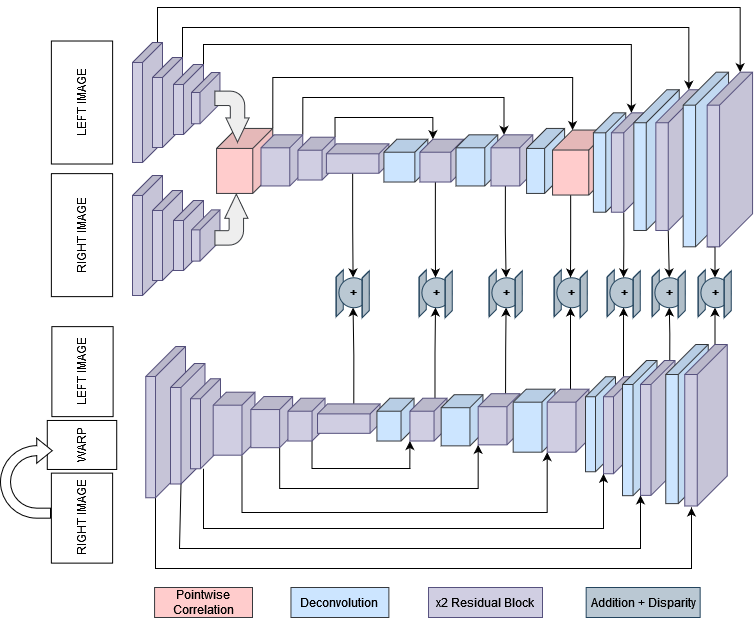
Earlier version of the draw.io export test.png (APVGITHUB/stereo-fpga). Source tidied: cells renumbered, new cells last; positions are measured from the earlier drawing's top-left corner, leaving out a move shared by most shapes.
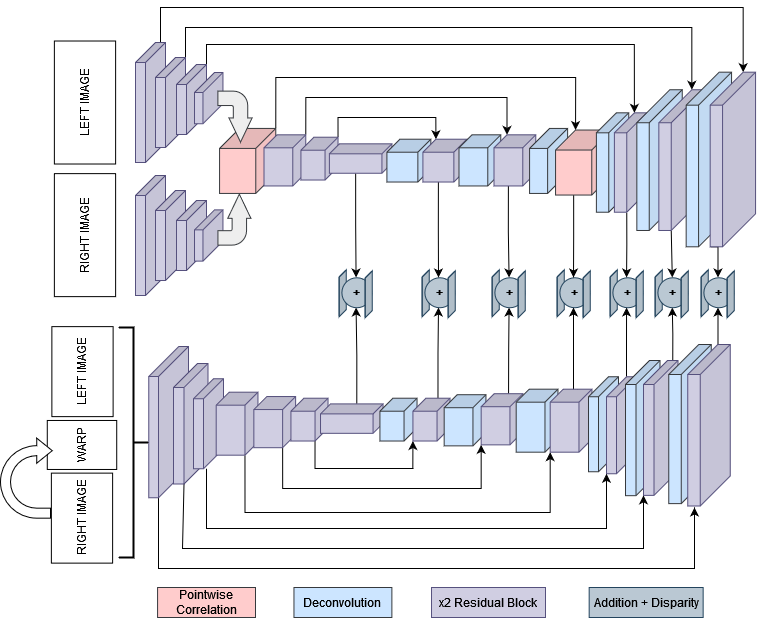
Above is the later version.

Diff of the diagram source:
```diff
@@ -244,7 +244,7 @@
       <mxGeometry x="333.6" y="379.8" width="29.4" height="62.5" as="geometry" />
     </mxCell>
     <mxCell id="57" value="&lt;div&gt;&lt;br&gt;&lt;/div&gt;&lt;div&gt;WARP&lt;/div&gt;&lt;div&gt;&lt;br&gt;&lt;/div&gt;" style="rounded=0;whiteSpace=wrap;html=1;rotation=-90;" parent="1" vertex="1">
-      <mxGeometry x="57" y="402.8" width="49" height="69.4" as="geometry" />
+      <mxGeometry x="54" y="402.8" width="49" height="69.4" as="geometry" />
     </mxCell>
     <mxCell id="58" style="shape=cube;whiteSpace=wrap;html=1;boundedLbl=1;backgroundOutline=1;darkOpacity=0.05;darkOpacity2=0.1;rotation=90;size=13;fillColor=#cce5ff;strokeColor=#36393d;" parent="1" vertex="1">
       <mxGeometry x="373.6" y="393.6" width="42.8" height="37.1" as="geometry" />
@@ -391,13 +391,16 @@
       <mxGeometry x="559.8" y="283.3" width="46.9" height="7.1" as="geometry" />
     </mxCell>
     <mxCell id="101" value="RIGHT IMAGE" style="rounded=0;whiteSpace=wrap;html=1;rotation=-90;" parent="1" vertex="1">
-      <mxGeometry x="36.5" y="480" width="90" height="61.2" as="geometry" />
+      <mxGeometry x="33.5" y="480" width="90" height="61.2" as="geometry" />
     </mxCell>
     <mxCell id="102" value="LEFT IMAGE" style="rounded=0;whiteSpace=wrap;html=1;rotation=-90;" parent="1" vertex="1">
-      <mxGeometry x="37" y="333.5" width="90" height="61.2" as="geometry" />
+      <mxGeometry x="34" y="333.5" width="90" height="61.2" as="geometry" />
     </mxCell>
     <mxCell id="103" style="html=1;shadow=0;dashed=0;align=center;verticalAlign=middle;shape=mxgraph.arrows2.uTurnArrow;dy=5;arrowHead=25;dx2=15.5;" parent="1" vertex="1">
-      <mxGeometry y="430.7" width="50" height="80" as="geometry" />
+      <mxGeometry x="-3" y="430.7" width="50" height="80" as="geometry" />
     </mxCell>
+    <mxCell id="104" style="strokeWidth=2;html=1;shape=mxgraph.flowchart.annotation_2;align=left;labelPosition=right;rotation=-180;" parent="1" vertex="1">
+      <mxGeometry x="115" y="320" width="30" height="230" as="geometry" />
+    </mxCell>
   </root>
 </mxGraphModel>
```
